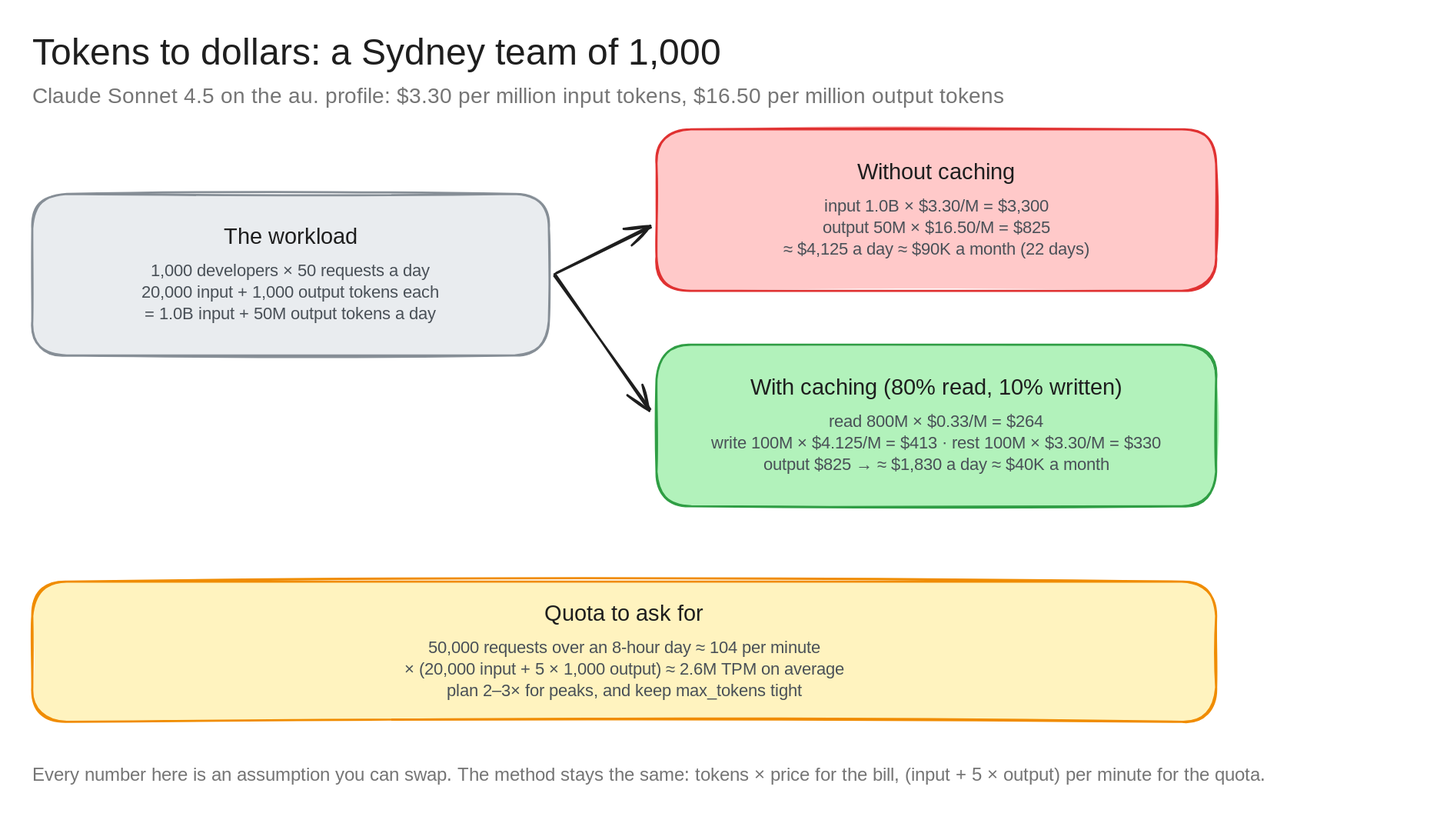
Above: architecture-diagrams/claude-anz-infra-excalidraw/diagrams/c8-tokens-to-dollars.excalidraw.svg in bsnehanshu/slides (Excalidraw), before the change. Source tidied: one line per element, renumbered; positions are measured from the earlier drawing's top-left corner, leaving out a move shared by most shapes.
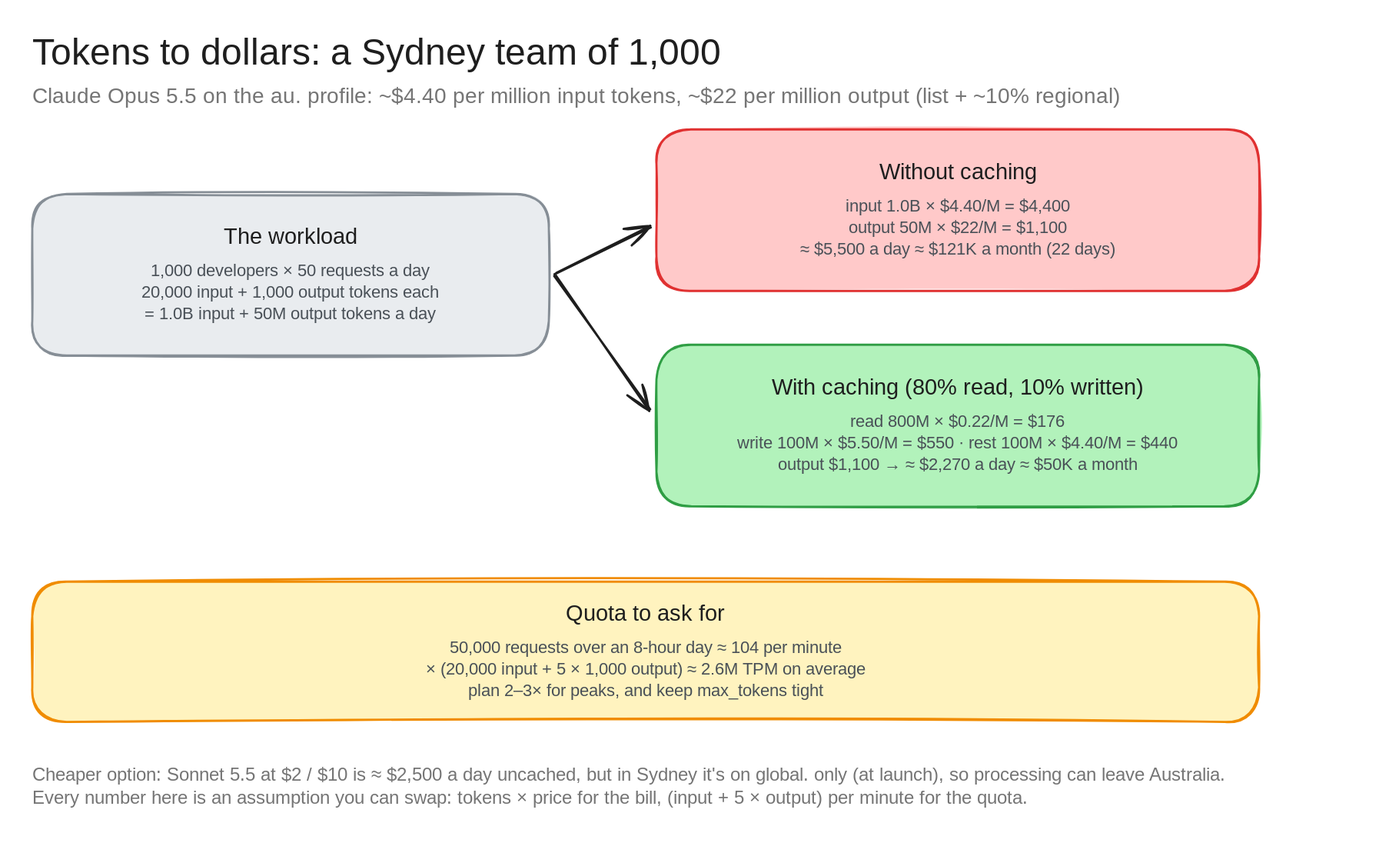
Above is the later version.

Change to the diagram source:
```diff
@@ -1,17 +1,17 @@
 {"id": 0, "type": "text", "text": "Tokens to dollars: a Sydney team of 1,000", "strokeColor": "#1e1e1e", "strokeWidth": 2, "roughness": 1, "fontSize": 34, "fontFamily": 5, "x": 0, "y": 0, "width": 714, "height": 42}
-{"id": 1, "type": "text", "text": "Claude Sonnet 4.5 on the au. profile: $3.30 per million input tokens, $16.50 per million output tokens", "strokeColor": "#757575", "strokeWidth": 2, "roughness": 1, "fontSize": 20, "fontFamily": 5, "x": 0, "y": 48, "width": 984, "height": 25}
+{"id": 1, "type": "text", "text": "Claude Opus 5.5 on the au. profile: ~$4.40 per million input tokens, ~$22 per million output (list + ~10% regional)", "strokeColor": "#757575", "strokeWidth": 2, "roughness": 1, "fontSize": 20, "fontFamily": 5, "x": 0, "y": 48, "width": 1110, "height": 25}
 {"id": 2, "type": "rectangle", "strokeColor": "#868e96", "backgroundColor": "#e9ecef", "fillStyle": "solid", "strokeWidth": 2, "roughness": 1, "round": true, "x": 0, "y": 150, "width": 480, "height": 150}
 {"id": 3, "type": "text", "text": "The workload", "strokeColor": "#1e1e1e", "strokeWidth": 2, "roughness": 1, "fontSize": 21, "fontFamily": 5, "textAlign": "center", "x": 170, "y": 178, "width": 141, "height": 26}
 {"id": 4, "type": "text", "text": "1,000 developers × 50 requests a day\n20,000 input + 1,000 output tokens each\n= 1.0B input + 50M output tokens a day", "strokeColor": "#495057", "strokeWidth": 2, "roughness": 1, "fontSize": 16, "fontFamily": 5, "textAlign": "center", "x": 76, "y": 212, "width": 329, "height": 60}
-{"id": 5, "type": "rectangle", "strokeColor": "#e03131", "backgroundColor": "#ffc9c9", "fillStyle": "solid", "strokeWidth": 2, "roughness": 1, "round": true, "x": 580, "y": 90, "width": 520, "height": 150}
+{"id": 5, "type": "rectangle", "strokeColor": "#e03131", "backgroundColor": "#ffc9c9", "fillStyle": "solid", "strokeWidth": 2, "roughness": 1, "round": true, "x": 580, "y": 90, "width": 560, "height": 150}
-{"id": 6, "type": "text", "text": "Without caching", "strokeColor": "#1e1e1e", "strokeWidth": 2, "roughness": 1, "fontSize": 21, "fontFamily": 5, "textAlign": "center", "x": 758, "y": 118, "width": 165, "height": 26}
+{"id": 6, "type": "text", "text": "Without caching", "strokeColor": "#1e1e1e", "strokeWidth": 2, "roughness": 1, "fontSize": 21, "fontFamily": 5, "textAlign": "center", "x": 778, "y": 118, "width": 165, "height": 26}
-{"id": 7, "type": "text", "text": "input 1.0B × $3.30/M = $3,300\noutput 50M × $16.50/M = $825\n≈ $4,125 a day ≈ $90K a month (22 days)", "strokeColor": "#495057", "strokeWidth": 2, "roughness": 1, "fontSize": 16, "fontFamily": 5, "textAlign": "center", "x": 672, "y": 152, "width": 337, "height": 60}
+{"id": 7, "type": "text", "text": "input 1.0B × $4.40/M = $4,400\noutput 50M × $22/M = $1,100\n≈ $5,500 a day ≈ $121K a month (22 days)", "strokeColor": "#495057", "strokeWidth": 2, "roughness": 1, "fontSize": 16, "fontFamily": 5, "textAlign": "center", "x": 688, "y": 152, "width": 345, "height": 60}
-{"id": 8, "type": "rectangle", "strokeColor": "#2f9e44", "backgroundColor": "#b2f2bb", "fillStyle": "solid", "strokeWidth": 2, "roughness": 1, "round": true, "x": 580, "y": 290, "width": 520, "height": 150}
+{"id": 8, "type": "rectangle", "strokeColor": "#2f9e44", "backgroundColor": "#b2f2bb", "fillStyle": "solid", "strokeWidth": 2, "roughness": 1, "round": true, "x": 580, "y": 290, "width": 560, "height": 150}
-{"id": 9, "type": "text", "text": "With caching (80% read, 10% written)", "strokeColor": "#1e1e1e", "strokeWidth": 2, "roughness": 1, "fontSize": 21, "fontFamily": 5, "textAlign": "center", "x": 643, "y": 318, "width": 394, "height": 26}
+{"id": 9, "type": "text", "text": "With caching (80% read, 10% written)", "strokeColor": "#1e1e1e", "strokeWidth": 2, "roughness": 1, "fontSize": 21, "fontFamily": 5, "textAlign": "center", "x": 663, "y": 318, "width": 394, "height": 26}
-{"id": 10, "type": "text", "text": "read 800M × $0.33/M = $264\nwrite 100M × $4.125/M = $413 · rest 100M × $3.30/M = $330\noutput $825 → ≈ $1,830 a day ≈ $40K a month", "strokeColor": "#495057", "strokeWidth": 2, "roughness": 1, "fontSize": 16, "fontFamily": 5, "textAlign": "center", "x": 594, "y": 352, "width": 491, "height": 60}
+{"id": 10, "type": "text", "text": "read 800M × $0.22/M = $176\nwrite 100M × $5.50/M = $550 · rest 100M × $4.40/M = $440\noutput $1,100 → ≈ $2,270 a day ≈ $50K a month", "strokeColor": "#495057", "strokeWidth": 2, "roughness": 1, "fontSize": 16, "fontFamily": 5, "textAlign": "center", "x": 616, "y": 352, "width": 487, "height": 60}
 {"id": 11, "type": "arrow", "strokeColor": "#1e1e1e", "strokeWidth": 2, "roughness": 1, "endArrowhead": "arrow", "round": true, "from": 2, "to": 5, "x": 486, "y": 225, "width": 88, "height": 45, "points": [[0, 0], [88, -45]]}
 {"id": 12, "type": "arrow", "strokeColor": "#1e1e1e", "strokeWidth": 2, "roughness": 1, "endArrowhead": "arrow", "round": true, "from": 2, "to": 8, "x": 486, "y": 225, "width": 88, "height": 125, "points": [[0, 0], [88, 125]]}
-{"id": 13, "type": "rectangle", "strokeColor": "#f08c00", "backgroundColor": "#fff3bf", "fillStyle": "solid", "strokeWidth": 2, "roughness": 1, "round": true, "x": 0, "y": 510, "width": 1100, "height": 130}
+{"id": 13, "type": "rectangle", "strokeColor": "#f08c00", "backgroundColor": "#fff3bf", "fillStyle": "solid", "strokeWidth": 2, "roughness": 1, "round": true, "x": 0, "y": 510, "width": 1140, "height": 130}
-{"id": 14, "type": "text", "text": "Quota to ask for", "strokeColor": "#1e1e1e", "strokeWidth": 2, "roughness": 1, "fontSize": 21, "fontFamily": 5, "textAlign": "center", "x": 459, "y": 528, "width": 182, "height": 26}
+{"id": 14, "type": "text", "text": "Quota to ask for", "strokeColor": "#1e1e1e", "strokeWidth": 2, "roughness": 1, "fontSize": 21, "fontFamily": 5, "textAlign": "center", "x": 479, "y": 528, "width": 182, "height": 26}
-{"id": 15, "type": "text", "text": "50,000 requests over an 8-hour day ≈ 104 per minute\n× (20,000 input + 5 × 1,000 output) ≈ 2.6M TPM on average\nplan 2–3× for peaks, and keep max_tokens tight", "strokeColor": "#495057", "strokeWidth": 2, "roughness": 1, "fontSize": 16, "fontFamily": 5, "textAlign": "center", "x": 309, "y": 562, "width": 482, "height": 60}
+{"id": 15, "type": "text", "text": "50,000 requests over an 8-hour day ≈ 104 per minute\n× (20,000 input + 5 × 1,000 output) ≈ 2.6M TPM on average\nplan 2–3× for peaks, and keep max_tokens tight", "strokeColor": "#495057", "strokeWidth": 2, "roughness": 1, "fontSize": 16, "fontFamily": 5, "textAlign": "center", "x": 329, "y": 562, "width": 482, "height": 60}
-{"id": 16, "type": "text", "text": "Every number here is an assumption you can swap. The method stays the same: tokens × price for the bill, (input + 5 × output) per minute for the quota.", "strokeColor": "#757575", "strokeWidth": 2, "roughness": 1, "fontSize": 17, "fontFamily": 5, "x": 0, "y": 680, "width": 1278, "height": 21}
+{"id": 16, "type": "text", "text": "Cheaper option: Sonnet 5.5 at $2 / $10 is ≈ $2,500 a day uncached, but in Sydney it's on global. only (at launch), so processing can leave Australia.\nEvery number here is an assumption you can swap: tokens × price for the bill, (input + 5 × output) per minute for the quota.", "strokeColor": "#757575", "strokeWidth": 2, "roughness": 1, "fontSize": 17, "fontFamily": 5, "x": 0, "y": 680, "width": 1240, "height": 42}
```
